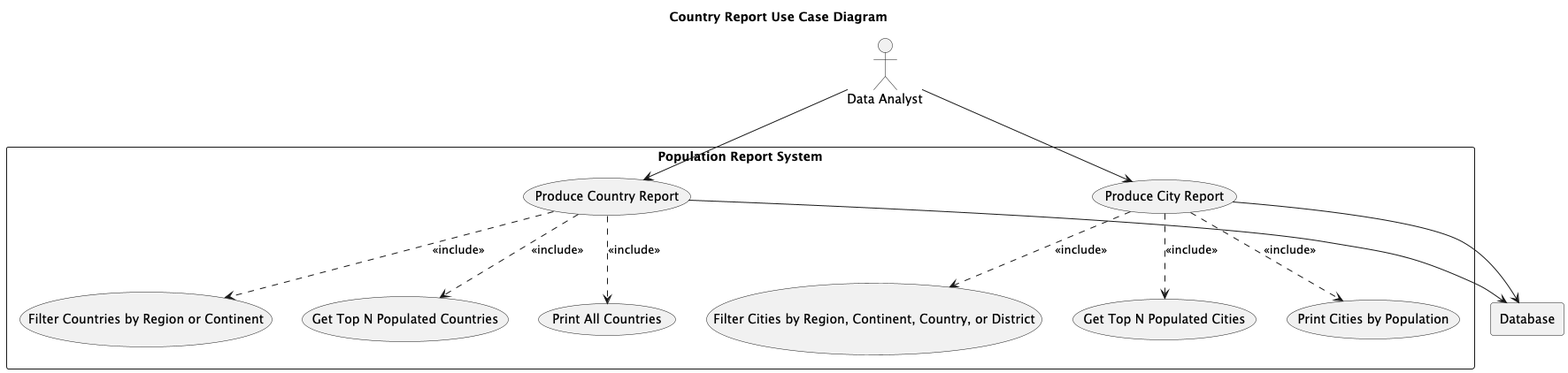
The PlantUML diagram use-cases/Population_Report_System_Use_Case_Diagram.png in group9-devops/devops, before a commit.
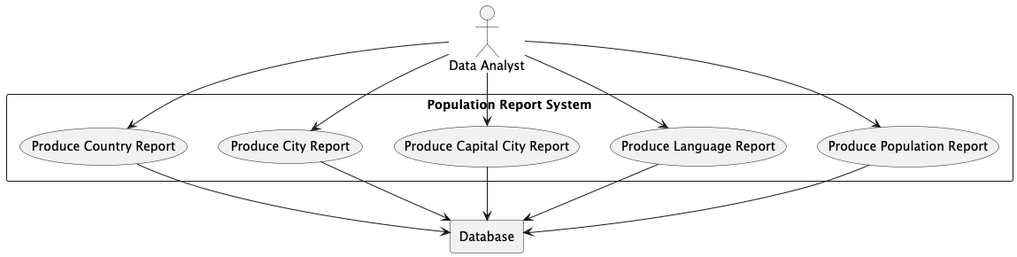
After the change.

Change to the diagram source:
```diff
@@ -1,35 +1,27 @@
 @startuml
-title Country Report Use Case Diagram
-top to bottom direction
 
 actor "Data Analyst" as DA
+
+rectangle "Database" as DB
 
 rectangle "Population Report System" {
   usecase UC1 as "Produce Country Report"
   usecase UC2 as "Produce City Report"
-
-  usecase UCa as "Print All Countries"
-  usecase UCb as "Filter Countries by Region or Continent"
-  usecase UCc as "Get Top N Populated Countries"
-
-  usecase UCd as "Print Cities by Population"
-  usecase UCe as "Filter Cities by Region, Continent, Country, or District"
-  usecase UCf as "Get Top N Populated Cities"
+  usecase UC3 as "Produce Capital City Report"
+  usecase UC4 as "Produce Language Report"
+  usecase UC5 as "Produce Population Report"
 }
-
-rectangle "Database" as DB
 
 DA --> UC1
 DA --> UC2
-
-UC1 ..> UCa : <<include>>
-UC1 ..> UCb : <<include>>
-UC1 ..> UCc : <<include>>
-
-UC2 ..> UCd : <<include>>
-UC2 ..> UCe : <<include>>
-UC2 ..> UCf : <<include>>
+DA --> UC3
+DA --> UC4
+DA --> UC5
 
 UC1 --> DB
 UC2 --> DB
+UC3 --> DB
+UC4 --> DB
+UC5 --> DB
+
 @enduml
```
